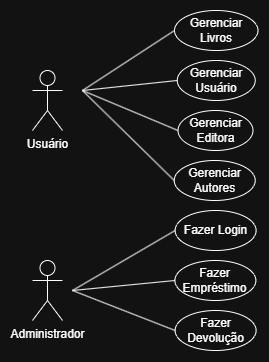
Above: Casos de Uso.png in Brayan-Alves/TC_BIBLIOTECA_2025 (draw.io), before the change. Source tidied: cells renumbered, new cells last; positions are measured from the earlier drawing's top-left corner, leaving out a move shared by most shapes. The source it was exported from:
```xml
<mxGraphModel>
  <root>
    <mxCell id="0" />
    <mxCell id="1" parent="0" />
    <mxCell id="2" value="Usuário" style="shape=umlActor;verticalLabelPosition=bottom;verticalAlign=top;html=1;" parent="1" vertex="1">
      <mxGeometry y="60" width="30" height="60" as="geometry" />
    </mxCell>
    <mxCell id="3" value="Administrador" style="shape=umlActor;verticalLabelPosition=bottom;verticalAlign=top;html=1;" parent="1" vertex="1">
      <mxGeometry y="250" width="30" height="60" as="geometry" />
    </mxCell>
    <mxCell id="4" value="Gerenciar Livros" style="ellipse;whiteSpace=wrap;html=1;" parent="1" vertex="1">
      <mxGeometry x="142" width="83.5" height="40" as="geometry" />
    </mxCell>
    <mxCell id="5" value="Gerenciar Usuário" style="ellipse;whiteSpace=wrap;html=1;" parent="1" vertex="1">
      <mxGeometry x="144.8" y="50" width="78" height="40" as="geometry" />
    </mxCell>
    <mxCell id="6" value="Gerenciar Editora" style="ellipse;whiteSpace=wrap;html=1;" parent="1" vertex="1">
      <mxGeometry x="145.5" y="100" width="75" height="40" as="geometry" />
    </mxCell>
    <mxCell id="7" value="Gerenciar Autores" style="ellipse;whiteSpace=wrap;html=1;" parent="1" vertex="1">
      <mxGeometry x="141.8" y="150" width="81" height="40" as="geometry" />
    </mxCell>
    <mxCell id="8" value="Fazer Login" style="ellipse;whiteSpace=wrap;html=1;" parent="1" vertex="1">
      <mxGeometry x="142.6" y="200" width="81" height="40" as="geometry" />
    </mxCell>
    <mxCell id="9" value="Fazer Empréstimo" style="ellipse;whiteSpace=wrap;html=1;" parent="1" vertex="1">
      <mxGeometry x="142.4" y="250" width="81" height="40" as="geometry" />
    </mxCell>
    <mxCell id="10" value="Fazer Devolução" style="ellipse;whiteSpace=wrap;html=1;" parent="1" vertex="1">
      <mxGeometry x="142.6" y="300" width="81" height="40" as="geometry" />
    </mxCell>
    <mxCell id="11" style="endArrow=none;html=1;rounded=0;entryX=0;entryY=0.5;entryDx=0;entryDy=0;" parent="1" edge="1" target="10">
      <mxGeometry relative="1" as="geometry">
        <mxPoint x="40" y="280" as="sourcePoint" />
      </mxGeometry>
    </mxCell>
    <mxCell id="12" style="endArrow=none;html=1;rounded=0;entryX=0;entryY=0.5;entryDx=0;entryDy=0;" parent="1" edge="1" target="9">
      <mxGeometry relative="1" as="geometry">
        <mxPoint x="40" y="280" as="sourcePoint" />
      </mxGeometry>
    </mxCell>
    <mxCell id="13" style="endArrow=none;html=1;rounded=0;entryX=0;entryY=0.5;entryDx=0;entryDy=0;" parent="1" edge="1" target="8">
      <mxGeometry relative="1" as="geometry">
        <mxPoint x="40" y="280" as="sourcePoint" />
      </mxGeometry>
    </mxCell>
    <mxCell id="14" style="endArrow=none;html=1;rounded=0;entryX=0;entryY=0.5;entryDx=0;entryDy=0;" parent="1" edge="1" target="7">
      <mxGeometry relative="1" as="geometry">
        <mxPoint x="50" y="80" as="sourcePoint" />
      </mxGeometry>
    </mxCell>
    <mxCell id="15" style="endArrow=none;html=1;rounded=0;entryX=0;entryY=0.5;entryDx=0;entryDy=0;" parent="1" edge="1" target="6">
      <mxGeometry relative="1" as="geometry">
        <mxPoint x="50" y="80" as="sourcePoint" />
      </mxGeometry>
    </mxCell>
    <mxCell id="16" style="endArrow=none;html=1;rounded=0;entryX=0;entryY=0.5;entryDx=0;entryDy=0;" parent="1" edge="1" target="5">
      <mxGeometry relative="1" as="geometry">
        <mxPoint x="50" y="80" as="sourcePoint" />
      </mxGeometry>
    </mxCell>
    <mxCell id="17" style="endArrow=none;html=1;rounded=0;entryX=0;entryY=0.5;entryDx=0;entryDy=0;" parent="1" edge="1" target="4">
      <mxGeometry relative="1" as="geometry">
        <mxPoint x="50" y="80" as="sourcePoint" />
      </mxGeometry>
    </mxCell>
  </root>
</mxGraphModel>
```
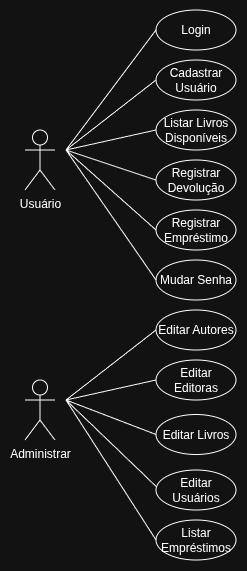
After the change.

Diff of the diagram source:
```diff
@@ -2,67 +2,99 @@
   <root>
     <mxCell id="0" />
     <mxCell id="1" parent="0" />
-    <mxCell id="2" value="Usuário" style="shape=umlActor;verticalLabelPosition=bottom;verticalAlign=top;html=1;" parent="1" vertex="1">
+    <mxCell id="2" value="Usuário&lt;div&gt;&lt;br&gt;&lt;/div&gt;" style="shape=umlActor;verticalLabelPosition=bottom;verticalAlign=top;html=1;" parent="1" vertex="1">
       <mxGeometry y="60" width="30" height="60" as="geometry" />
     </mxCell>
-    <mxCell id="3" value="Administrador" style="shape=umlActor;verticalLabelPosition=bottom;verticalAlign=top;html=1;" parent="1" vertex="1">
-      <mxGeometry y="250" width="30" height="60" as="geometry" />
-    </mxCell>
-    <mxCell id="4" value="Gerenciar Livros" style="ellipse;whiteSpace=wrap;html=1;" parent="1" vertex="1">
-      <mxGeometry x="142" width="83.5" height="40" as="geometry" />
-    </mxCell>
-    <mxCell id="5" value="Gerenciar Usuário" style="ellipse;whiteSpace=wrap;html=1;" parent="1" vertex="1">
-      <mxGeometry x="144.8" y="50" width="78" height="40" as="geometry" />
-    </mxCell>
-    <mxCell id="6" value="Gerenciar Editora" style="ellipse;whiteSpace=wrap;html=1;" parent="1" vertex="1">
-      <mxGeometry x="145.5" y="100" width="75" height="40" as="geometry" />
-    </mxCell>
-    <mxCell id="7" value="Gerenciar Autores" style="ellipse;whiteSpace=wrap;html=1;" parent="1" vertex="1">
-      <mxGeometry x="141.8" y="150" width="81" height="40" as="geometry" />
-    </mxCell>
-    <mxCell id="8" value="Fazer Login" style="ellipse;whiteSpace=wrap;html=1;" parent="1" vertex="1">
-      <mxGeometry x="142.6" y="200" width="81" height="40" as="geometry" />
-    </mxCell>
-    <mxCell id="9" value="Fazer Empréstimo" style="ellipse;whiteSpace=wrap;html=1;" parent="1" vertex="1">
-      <mxGeometry x="142.4" y="250" width="81" height="40" as="geometry" />
-    </mxCell>
-    <mxCell id="10" value="Fazer Devolução" style="ellipse;whiteSpace=wrap;html=1;" parent="1" vertex="1">
-      <mxGeometry x="142.6" y="300" width="81" height="40" as="geometry" />
-    </mxCell>
-    <mxCell id="11" style="endArrow=none;html=1;rounded=0;entryX=0;entryY=0.5;entryDx=0;entryDy=0;" parent="1" edge="1" target="10">
-      <mxGeometry relative="1" as="geometry">
-        <mxPoint x="40" y="280" as="sourcePoint" />
-      </mxGeometry>
-    </mxCell>
-    <mxCell id="12" style="endArrow=none;html=1;rounded=0;entryX=0;entryY=0.5;entryDx=0;entryDy=0;" parent="1" edge="1" target="9">
-      <mxGeometry relative="1" as="geometry">
-        <mxPoint x="40" y="280" as="sourcePoint" />
-      </mxGeometry>
-    </mxCell>
-    <mxCell id="13" style="endArrow=none;html=1;rounded=0;entryX=0;entryY=0.5;entryDx=0;entryDy=0;" parent="1" edge="1" target="8">
-      <mxGeometry relative="1" as="geometry">
-        <mxPoint x="40" y="280" as="sourcePoint" />
-      </mxGeometry>
-    </mxCell>
-    <mxCell id="14" style="endArrow=none;html=1;rounded=0;entryX=0;entryY=0.5;entryDx=0;entryDy=0;" parent="1" edge="1" target="7">
-      <mxGeometry relative="1" as="geometry">
-        <mxPoint x="50" y="80" as="sourcePoint" />
-      </mxGeometry>
-    </mxCell>
-    <mxCell id="15" style="endArrow=none;html=1;rounded=0;entryX=0;entryY=0.5;entryDx=0;entryDy=0;" parent="1" edge="1" target="6">
-      <mxGeometry relative="1" as="geometry">
-        <mxPoint x="50" y="80" as="sourcePoint" />
-      </mxGeometry>
-    </mxCell>
-    <mxCell id="16" style="endArrow=none;html=1;rounded=0;entryX=0;entryY=0.5;entryDx=0;entryDy=0;" parent="1" edge="1" target="5">
-      <mxGeometry relative="1" as="geometry">
-        <mxPoint x="50" y="80" as="sourcePoint" />
-      </mxGeometry>
-    </mxCell>
-    <mxCell id="17" style="endArrow=none;html=1;rounded=0;entryX=0;entryY=0.5;entryDx=0;entryDy=0;" parent="1" edge="1" target="4">
-      <mxGeometry relative="1" as="geometry">
-        <mxPoint x="50" y="80" as="sourcePoint" />
-      </mxGeometry>
-    </mxCell>
+    <mxCell id="18" value="Administrar" style="shape=umlActor;verticalLabelPosition=bottom;verticalAlign=top;html=1;" parent="1" vertex="1">
+      <mxGeometry y="310" width="30" height="60" as="geometry" />
+    </mxCell>
+    <mxCell id="19" value="Cadastrar Usuário" style="ellipse;whiteSpace=wrap;html=1;" parent="1" vertex="1">
+      <mxGeometry x="131" y="-10" width="80" height="40" as="geometry" />
+    </mxCell>
+    <mxCell id="20" value="Login" style="ellipse;whiteSpace=wrap;html=1;" parent="1" vertex="1">
+      <mxGeometry x="131" y="-60" width="80" height="40" as="geometry" />
+    </mxCell>
+    <mxCell id="21" value="Editar Autores" style="ellipse;whiteSpace=wrap;html=1;" parent="1" vertex="1">
+      <mxGeometry x="131" y="240" width="80" height="40" as="geometry" />
+    </mxCell>
+    <mxCell id="22" value="Editar Editoras" style="ellipse;whiteSpace=wrap;html=1;" parent="1" vertex="1">
+      <mxGeometry x="131" y="290" width="80" height="40" as="geometry" />
+    </mxCell>
+    <mxCell id="23" value="Editar Livros" style="ellipse;whiteSpace=wrap;html=1;" parent="1" vertex="1">
+      <mxGeometry x="131" y="344.5" width="80" height="40" as="geometry" />
+    </mxCell>
+    <mxCell id="24" value="Editar Usuários" style="ellipse;whiteSpace=wrap;html=1;" parent="1" vertex="1">
+      <mxGeometry x="131" y="400" width="80" height="40" as="geometry" />
+    </mxCell>
+    <mxCell id="25" value="Registrar Empréstimo" style="ellipse;whiteSpace=wrap;html=1;" parent="1" vertex="1">
+      <mxGeometry x="131" y="140" width="80" height="40" as="geometry" />
+    </mxCell>
+    <mxCell id="26" value="Registrar Devolução" style="ellipse;whiteSpace=wrap;html=1;" parent="1" vertex="1">
+      <mxGeometry x="131" y="90" width="80" height="40" as="geometry" />
+    </mxCell>
+    <mxCell id="27" value="Listar Livros Disponíveis" style="ellipse;whiteSpace=wrap;html=1;" parent="1" vertex="1">
+      <mxGeometry x="131" y="40" width="80" height="40" as="geometry" />
+    </mxCell>
+    <mxCell id="28" value="Listar Empréstimos" style="ellipse;whiteSpace=wrap;html=1;" parent="1" vertex="1">
+      <mxGeometry x="131" y="450" width="80" height="40" as="geometry" />
+    </mxCell>
+    <mxCell id="29" value="Mudar Senha" style="ellipse;whiteSpace=wrap;html=1;" parent="1" vertex="1">
+      <mxGeometry x="131" y="190" width="80" height="40" as="geometry" />
+    </mxCell>
+    <mxCell id="30" style="endArrow=none;html=1;rounded=0;entryX=0;entryY=0.5;entryDx=0;entryDy=0;" parent="1" edge="1" target="20">
+      <mxGeometry relative="1" as="geometry">
+        <mxPoint x="41" y="80" as="sourcePoint" />
+      </mxGeometry>
+    </mxCell>
+    <mxCell id="31" style="endArrow=none;html=1;rounded=0;entryX=0;entryY=0.5;entryDx=0;entryDy=0;" parent="1" edge="1" target="19">
+      <mxGeometry relative="1" as="geometry">
+        <mxPoint x="41" y="80" as="sourcePoint" />
+      </mxGeometry>
+    </mxCell>
+    <mxCell id="32" style="endArrow=none;html=1;rounded=0;entryX=0;entryY=0.5;entryDx=0;entryDy=0;" parent="1" edge="1" target="27">
+      <mxGeometry relative="1" as="geometry">
+        <mxPoint x="41" y="80" as="sourcePoint" />
+      </mxGeometry>
+    </mxCell>
+    <mxCell id="33" style="endArrow=none;html=1;rounded=0;entryX=0;entryY=0.5;entryDx=0;entryDy=0;" parent="1" edge="1" target="26">
+      <mxGeometry relative="1" as="geometry">
+        <mxPoint x="41" y="80" as="sourcePoint" />
+      </mxGeometry>
+    </mxCell>
+    <mxCell id="34" style="endArrow=none;html=1;rounded=0;entryX=0;entryY=0.5;entryDx=0;entryDy=0;" parent="1" edge="1" target="25">
+      <mxGeometry relative="1" as="geometry">
+        <mxPoint x="41" y="80" as="sourcePoint" />
+      </mxGeometry>
+    </mxCell>
+    <mxCell id="35" style="endArrow=none;html=1;rounded=0;entryX=0;entryY=0.5;entryDx=0;entryDy=0;" parent="1" edge="1" target="29">
+      <mxGeometry relative="1" as="geometry">
+        <mxPoint x="41" y="80" as="sourcePoint" />
+      </mxGeometry>
+    </mxCell>
+    <mxCell id="36" style="endArrow=none;html=1;rounded=0;entryX=0;entryY=0.5;entryDx=0;entryDy=0;" parent="1" edge="1" target="21">
+      <mxGeometry relative="1" as="geometry">
+        <mxPoint x="41" y="330" as="sourcePoint" />
+      </mxGeometry>
+    </mxCell>
+    <mxCell id="37" style="endArrow=none;html=1;rounded=0;entryX=0;entryY=0.5;entryDx=0;entryDy=0;" parent="1" edge="1" target="22">
+      <mxGeometry relative="1" as="geometry">
+        <mxPoint x="41" y="330" as="sourcePoint" />
+      </mxGeometry>
+    </mxCell>
+    <mxCell id="38" style="endArrow=none;html=1;rounded=0;entryX=0;entryY=0.5;entryDx=0;entryDy=0;" parent="1" edge="1" target="23">
+      <mxGeometry relative="1" as="geometry">
+        <mxPoint x="41" y="330" as="sourcePoint" />
+      </mxGeometry>
+    </mxCell>
+    <mxCell id="39" style="endArrow=none;html=1;rounded=0;entryX=0.005;entryY=0.418;entryDx=0;entryDy=0;entryPerimeter=0;" parent="1" edge="1" target="24">
+      <mxGeometry relative="1" as="geometry">
+        <mxPoint x="41" y="330" as="sourcePoint" />
+      </mxGeometry>
+    </mxCell>
+    <mxCell id="40" style="endArrow=none;html=1;rounded=0;entryX=0;entryY=0.5;entryDx=0;entryDy=0;" parent="1" edge="1" target="28">
+      <mxGeometry relative="1" as="geometry">
+        <mxPoint x="41" y="330" as="sourcePoint" />
+      </mxGeometry>
+    </mxCell>
   </root>
 </mxGraphModel>
```
